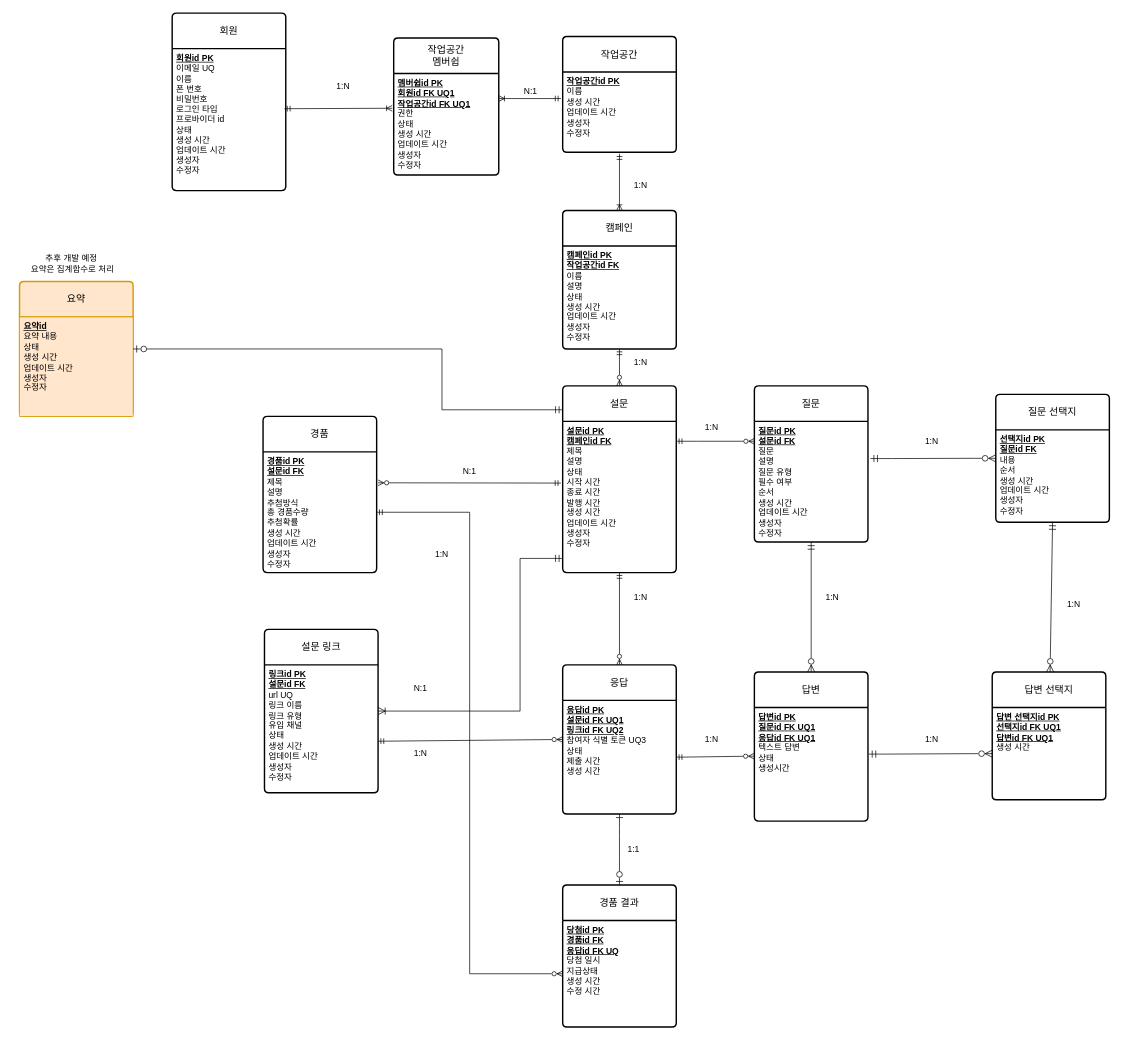
Above: docs/database/logical-erd.drawio in lilsooin/insight-platform (draw.io), before the change. Source tidied: cells renumbered, new cells numbered last; positions are measured from the earlier drawing's top-left corner, leaving out a move shared by most shapes. Both pictures are drawn from the tidied source at 71%, with x=0, y=0 at pixel (12, 13).
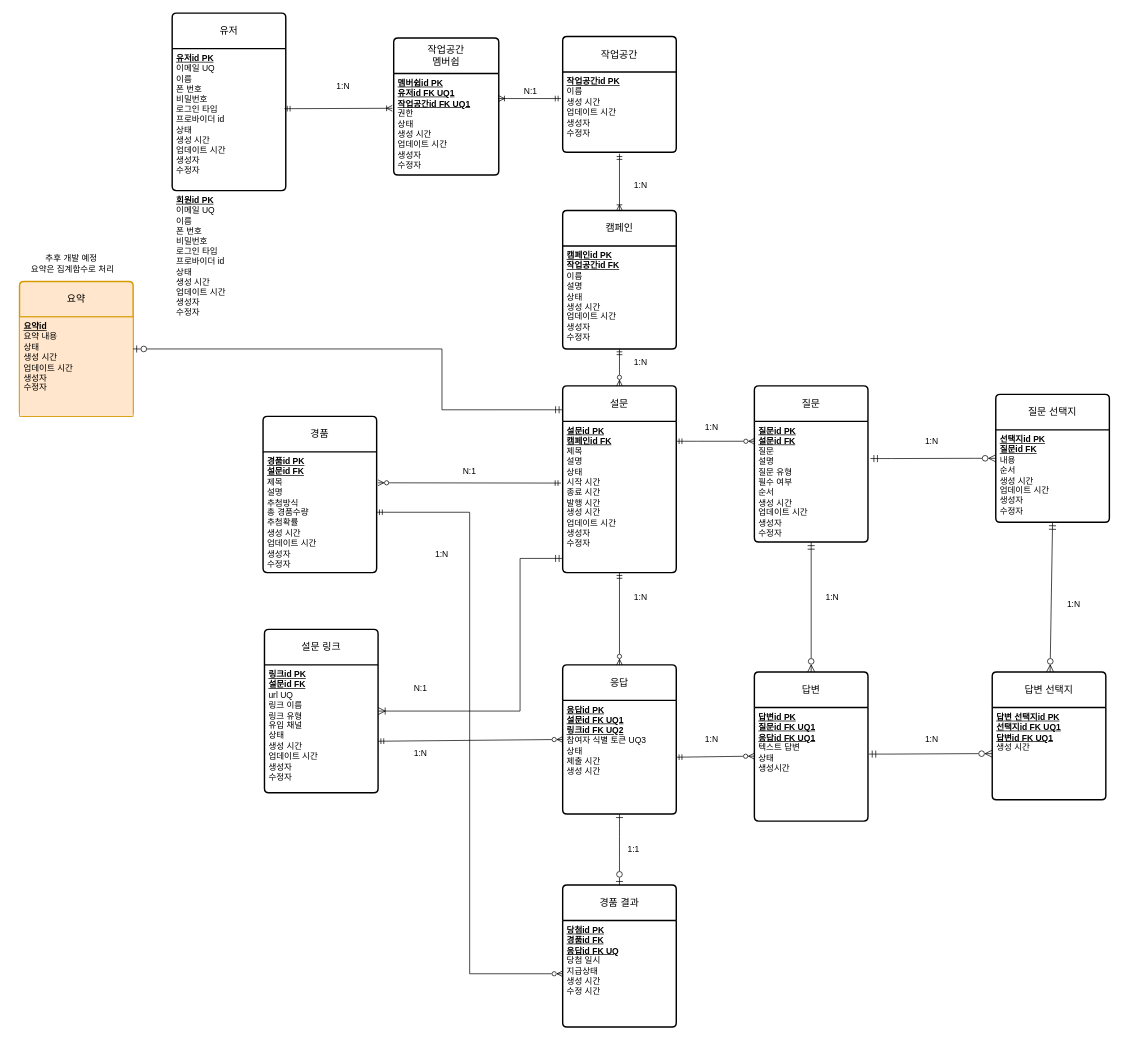
The same page after the edit.

The change refers to these unchanged cells:
```xml
<mxCell id="23" value="&lt;div&gt;작업공간&lt;/div&gt;멤버쉽" style="swimlane;horizontal=1;startSize=50;rounded=1;fontSize=14;fontStyle=0;strokeWidth=2;shadow=0;dashed=0;align=center;arcSize=4;whiteSpace=wrap;html=1;" parent="1" vertex="1">
  <mxGeometry x="537" y="35" width="148" height="193" as="geometry" />
</mxCell>
```

The edit, as a diff of the source:
```diff
@@
-    <mxCell id="2" value="회원" style="swimlane;horizontal=1;startSize=50;rounded=1;fontSize=14;fontStyle=0;strokeWidth=2;shadow=0;dashed=0;align=center;arcSize=4;whiteSpace=wrap;html=1;" parent="1" vertex="1">
+    <mxCell id="2" value="유저" style="swimlane;horizontal=1;startSize=50;rounded=1;fontSize=14;fontStyle=0;strokeWidth=2;shadow=0;dashed=0;align=center;arcSize=4;whiteSpace=wrap;html=1;" parent="1" vertex="1">
       <mxGeometry x="225" width="160" height="250" as="geometry" />
     </mxCell>
-    <mxCell id="3" value="&lt;div&gt;&lt;u&gt;&lt;b&gt;회원id PK&lt;/b&gt;&lt;/u&gt;&lt;/div&gt;이메일 UQ&lt;div&gt;이름&lt;/div&gt;&lt;div&gt;폰 번호&lt;/div&gt;&lt;div&gt;비밀번호&lt;/div&gt;&lt;div&gt;로그인 타입&lt;/div&gt;&lt;div&gt;프로바이더 id&lt;/div&gt;&lt;div&gt;상태&lt;/div&gt;&lt;div&gt;생성 시간&lt;/div&gt;&lt;div&gt;업데이트 시간&lt;/div&gt;&lt;div&gt;생성자&lt;/div&gt;&lt;div&gt;수정자&lt;/div&gt;&lt;div&gt;&lt;br&gt;&lt;/div&gt;&lt;div&gt;&lt;br&gt;&lt;/div&gt;&lt;div&gt;&lt;br&gt;&lt;/div&gt;&lt;div&gt;&lt;br&gt;&lt;/div&gt;&lt;div&gt;&lt;br&gt;&lt;/div&gt;&lt;div&gt;&lt;br&gt;&lt;/div&gt;" style="align=left;strokeColor=none;fillColor=none;spacingLeft=4;spacingRight=4;fontSize=12;verticalAlign=top;html=1;whiteSpace=wrap;" parent="2" vertex="1">
+    <mxCell id="3" value="&lt;div&gt;&lt;u&gt;&lt;b&gt;유저id PK&lt;/b&gt;&lt;/u&gt;&lt;/div&gt;이메일 UQ&lt;div&gt;이름&lt;/div&gt;&lt;div&gt;폰 번호&lt;/div&gt;&lt;div&gt;비밀번호&lt;/div&gt;&lt;div&gt;로그인 타입&lt;/div&gt;&lt;div&gt;프로바이더 id&lt;/div&gt;&lt;div&gt;상태&lt;/div&gt;&lt;div&gt;생성 시간&lt;/div&gt;&lt;div&gt;업데이트 시간&lt;/div&gt;&lt;div&gt;생성자&lt;/div&gt;&lt;div&gt;수정자&lt;/div&gt;&lt;div&gt;&lt;br&gt;&lt;/div&gt;&lt;div&gt;&lt;br&gt;&lt;/div&gt;&lt;div&gt;&lt;br&gt;&lt;/div&gt;&lt;div&gt;&lt;br&gt;&lt;/div&gt;&lt;div&gt;&lt;br&gt;&lt;/div&gt;&lt;div&gt;&lt;br&gt;&lt;/div&gt;" style="align=left;strokeColor=none;fillColor=none;spacingLeft=4;spacingRight=4;fontSize=12;verticalAlign=top;html=1;whiteSpace=wrap;" parent="2" vertex="1">
       <mxGeometry y="50" width="160" height="200" as="geometry" />
     </mxCell>
+    <mxCell id="67" value="&lt;div&gt;&lt;u&gt;&lt;b&gt;회원id PK&lt;/b&gt;&lt;/u&gt;&lt;/div&gt;이메일 UQ&lt;div&gt;이름&lt;/div&gt;&lt;div&gt;폰 번호&lt;/div&gt;&lt;div&gt;비밀번호&lt;/div&gt;&lt;div&gt;로그인 타입&lt;/div&gt;&lt;div&gt;프로바이더 id&lt;/div&gt;&lt;div&gt;상태&lt;/div&gt;&lt;div&gt;생성 시간&lt;/div&gt;&lt;div&gt;업데이트 시간&lt;/div&gt;&lt;div&gt;생성자&lt;/div&gt;&lt;div&gt;수정자&lt;/div&gt;&lt;div&gt;&lt;br&gt;&lt;/div&gt;&lt;div&gt;&lt;br&gt;&lt;/div&gt;&lt;div&gt;&lt;br&gt;&lt;/div&gt;&lt;div&gt;&lt;br&gt;&lt;/div&gt;&lt;div&gt;&lt;br&gt;&lt;/div&gt;&lt;div&gt;&lt;br&gt;&lt;/div&gt;" style="align=left;strokeColor=none;fillColor=none;spacingLeft=4;spacingRight=4;fontSize=12;verticalAlign=top;html=1;whiteSpace=wrap;" parent="2" vertex="1">
+      <mxGeometry y="250" width="160" as="geometry" />
+    </mxCell>
@@
-    <mxCell id="24" value="&lt;div&gt;&lt;u&gt;&lt;b&gt;멤버쉽id PK&lt;/b&gt;&lt;/u&gt;&lt;/div&gt;&lt;div&gt;&lt;b&gt;&lt;u&gt;회원id FK UQ1&lt;/u&gt;&lt;/b&gt;&lt;/div&gt;&lt;div&gt;&lt;u&gt;&lt;b&gt;작업공간id FK UQ1&lt;/b&gt;&lt;/u&gt;&lt;b&gt;&lt;u&gt;&lt;/u&gt;&lt;/b&gt;&lt;/div&gt;권한&lt;div&gt;상태&lt;br&gt;&lt;div&gt;&lt;div&gt;생성 시간&lt;/div&gt;&lt;div&gt;업데이트 시간&lt;/div&gt;&lt;/div&gt;&lt;/div&gt;&lt;div&gt;&lt;div&gt;생성자&lt;/div&gt;&lt;div&gt;수정자&lt;/div&gt;&lt;/div&gt;" style="align=left;strokeColor=none;fillColor=none;spacingLeft=4;spacingRight=4;fontSize=12;verticalAlign=top;html=1;whiteSpace=wrap;" parent="23" vertex="1">
+    <mxCell id="24" value="&lt;div&gt;&lt;u&gt;&lt;b&gt;멤버쉽id PK&lt;/b&gt;&lt;/u&gt;&lt;/div&gt;&lt;div&gt;&lt;b&gt;&lt;u&gt;유저id FK UQ1&lt;/u&gt;&lt;/b&gt;&lt;/div&gt;&lt;div&gt;&lt;u&gt;&lt;b&gt;작업공간id FK UQ1&lt;/b&gt;&lt;/u&gt;&lt;b&gt;&lt;u&gt;&lt;/u&gt;&lt;/b&gt;&lt;/div&gt;권한&lt;div&gt;상태&lt;br&gt;&lt;div&gt;&lt;div&gt;생성 시간&lt;/div&gt;&lt;div&gt;업데이트 시간&lt;/div&gt;&lt;/div&gt;&lt;/div&gt;&lt;div&gt;&lt;div&gt;생성자&lt;/div&gt;&lt;div&gt;수정자&lt;/div&gt;&lt;/div&gt;" style="align=left;strokeColor=none;fillColor=none;spacingLeft=4;spacingRight=4;fontSize=12;verticalAlign=top;html=1;whiteSpace=wrap;" parent="23" vertex="1">
       <mxGeometry y="50" width="148" height="143" as="geometry" />
     </mxCell>
```
